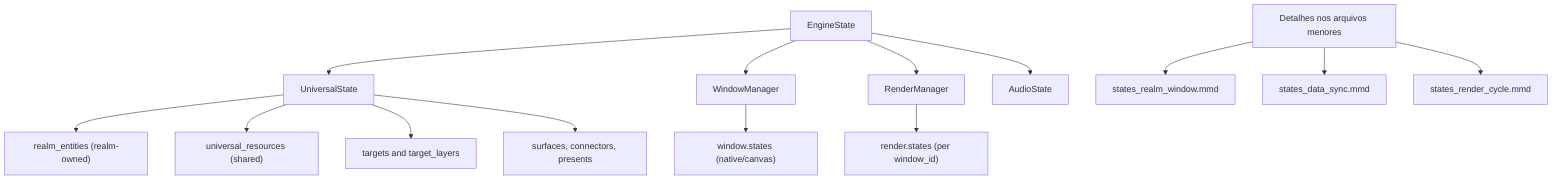
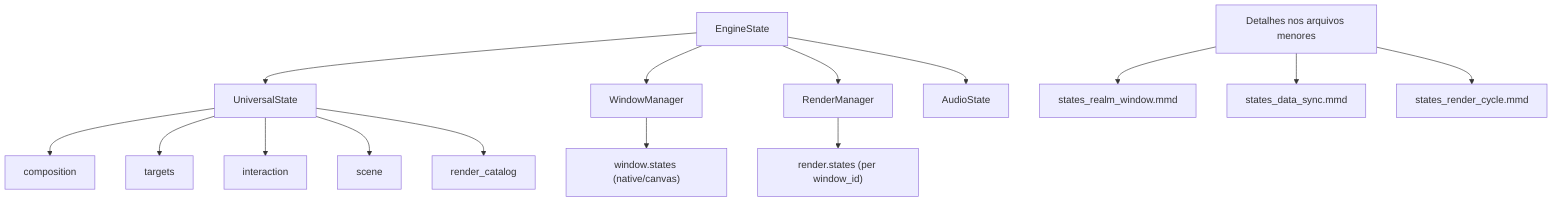
flowchart TB
  ES["EngineState"]
  US["UniversalState"]
  WM["WindowManager"]
  RM["RenderManager"]
  AS["AudioState"]

  ES --> US
  ES --> WM
  ES --> RM
  ES --> AS

-   USR["realm_entities (realm-owned)"]
-   USG["universal_resources (shared)"]
-   UST["targets and target_layers"]
-   USS["surfaces, connectors, presents"]
+   USC["composition"]
+   UST["targets"]
+   USI["interaction"]
+   USS["scene"]
+   URC["render_catalog"]
  WIN["window.states (native/canvas)"]
  RST["render.states (per window_id)"]

-   US --> USR
-   US --> USG
+   US --> USC
  US --> UST
+   US --> USI
  US --> USS
+   US --> URC
  WM --> WIN
  RM --> RST

  NOTE["Detalhes nos arquivos menores"]
  D1["states_realm_window.mmd"]
  D2["states_data_sync.mmd"]
  D3["states_render_cycle.mmd"]

  NOTE --> D1
  NOTE --> D2
  NOTE --> D3
